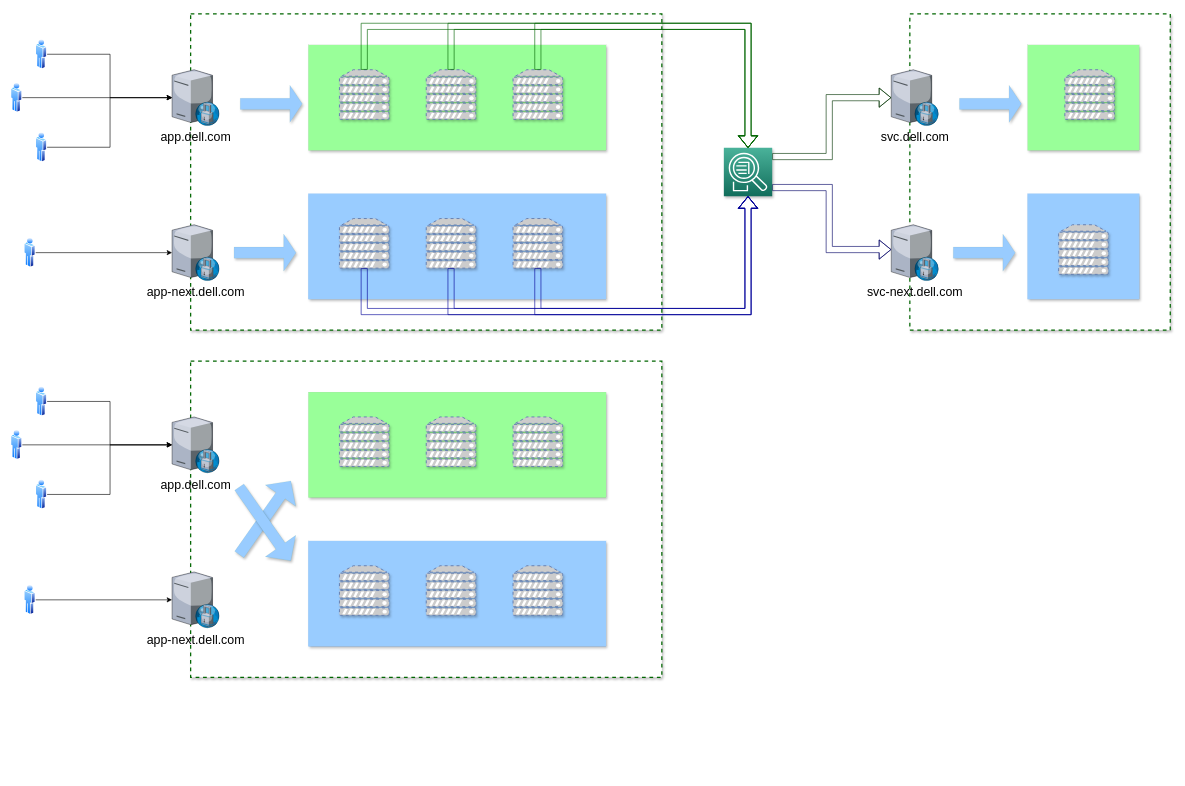
This is Untitled Diagram.drawio from stevedunne/draw.io, a draw.io file, before an edit. Source tidied: cells renumbered, new cells numbered last; positions are measured from the earlier drawing's top-left corner, leaving out a move shared by most shapes. Both pictures are drawn from the tidied source at 62%, with x=0, y=0 at pixel (11, 14).
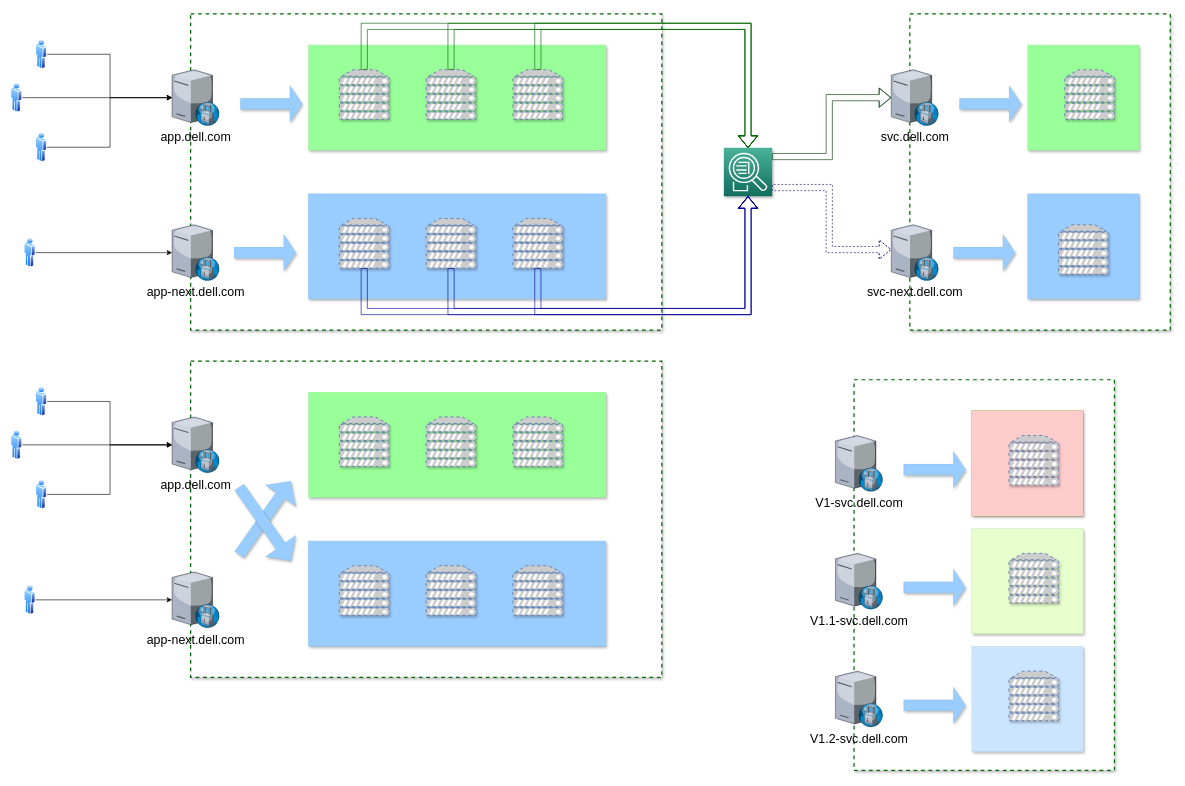
After the change.

Commit message:
Added versioned services

Unchanged cells that the change refers to:
```xml
<mxCell id="50" style="sketch=0;points=[[0,0,0],[0.25,0,0],[0.5,0,0],[0.75,0,0],[1,0,0],[0,1,0],[0.25,1,0],[0.5,1,0],[0.75,1,0],[1,1,0],[0,0.25,0],[0,0.5,0],[0,0.75,0],[1,0.25,0],[1,0.5,0],[1,0.75,0]];outlineConnect=0;fontColor=#232F3E;gradientColor=#4AB29A;gradientDirection=north;fillColor=#116D5B;strokeColor=#ffffff;dashed=0;verticalLabelPosition=bottom;verticalAlign=top;align=center;html=1;fontSize=12;fontStyle=0;shape=mxgraph.aws4.resourceIcon;resIcon=mxgraph.aws4.application_discovery_service;shadow=1;" parent="1" vertex="1">
  <mxGeometry x="1150" y="216" width="78" height="78" as="geometry" />
</mxCell>
<mxCell id="59" value="svc-next.dell.com" style="verticalLabelPosition=bottom;sketch=0;html=1;verticalAlign=top;strokeColor=none;align=center;outlineConnect=0;shape=mxgraph.citrix.proxy_server;fontStyle=0;horizontal=1;fontSize=20;" parent="1" vertex="1">
  <mxGeometry x="1420" y="340" width="76.5" height="90" as="geometry" />
</mxCell>
```

Change to the diagram source:
```diff
@@
-    <mxCell id="49" style="edgeStyle=orthogonalEdgeStyle;shape=flexArrow;rounded=0;jettySize=auto;html=1;strokeColor=#000066;" parent="1" edge="1" source="50" target="59">
+    <mxCell id="49" style="edgeStyle=orthogonalEdgeStyle;shape=flexArrow;rounded=0;jettySize=auto;html=1;strokeColor=#000066;dashed=1;" parent="1" edge="1" source="50" target="59">
       <mxGeometry relative="1" as="geometry">
         <Array as="points">
           <mxPoint x="1320" y="280" />
           <mxPoint x="1320" y="380" />
         </Array>
       </mxGeometry>
     </mxCell>
@@
+    <mxCell id="68" style="whiteSpace=wrap;html=1;dashed=1;strokeColor=#006600;strokeWidth=2;shadow=1;" parent="1" vertex="1">
+      <mxGeometry x="1360" y="590" width="420" height="630" as="geometry" />
+    </mxCell>
+    <mxCell id="69" value="V1-svc.dell.com" style="verticalLabelPosition=bottom;sketch=0;html=1;verticalAlign=top;strokeColor=none;align=center;shape=mxgraph.citrix.proxy_server;fontStyle=0;fontSize=20;" parent="1" vertex="1">
+      <mxGeometry x="1330" y="680" width="76.5" height="90" as="geometry" />
+    </mxCell>
+    <mxCell id="70" style="group;fillColor=#FFCCCC;strokeColor=#d6b656;" parent="1" vertex="1">
+      <mxGeometry x="1550" y="640" width="180" height="170" as="geometry" />
+    </mxCell>
+    <mxCell id="71" style="whiteSpace=wrap;html=1;shadow=1;strokeColor=#006600;strokeWidth=0;fillColor=#FFCCCC;" parent="70" vertex="1">
+      <mxGeometry width="180" height="170" as="geometry" />
+    </mxCell>
+    <mxCell id="72" style="fontColor=#0066CC;verticalAlign=top;verticalLabelPosition=bottom;labelPosition=center;align=center;html=1;fillColor=#CCCCCC;strokeColor=#6881B3;gradientColor=none;gradientDirection=north;strokeWidth=2;shape=mxgraph.networks.server;dashed=1;shadow=1;" parent="70" vertex="1">
+      <mxGeometry x="60" y="40" width="80" height="80" as="geometry" />
+    </mxCell>
+    <mxCell id="73" style="shape=singleArrow;whiteSpace=wrap;html=1;shadow=1;strokeColor=#006600;strokeWidth=0;fillColor=#99CCFF;" parent="1" vertex="1">
+      <mxGeometry x="1440" y="705" width="100" height="60" as="geometry" />
+    </mxCell>
+    <mxCell id="74" value="V1.1-svc.dell.com" style="verticalLabelPosition=bottom;sketch=0;html=1;verticalAlign=top;strokeColor=none;align=center;shape=mxgraph.citrix.proxy_server;fontStyle=0;fontSize=20;" parent="1" vertex="1">
+      <mxGeometry x="1330" y="870" width="76.5" height="90" as="geometry" />
+    </mxCell>
+    <mxCell id="75" style="group;fillColor=#CCFFFF;" parent="1" vertex="1">
+      <mxGeometry x="1550" y="830" width="180" height="170" as="geometry" />
+    </mxCell>
+    <mxCell id="76" style="whiteSpace=wrap;html=1;shadow=1;strokeColor=#006600;strokeWidth=0;fillColor=#E6FFCC;" parent="75" vertex="1">
+      <mxGeometry width="180" height="170" as="geometry" />
+    </mxCell>
+    <mxCell id="77" style="fontColor=#0066CC;verticalAlign=top;verticalLabelPosition=bottom;labelPosition=center;align=center;html=1;fillColor=#CCCCCC;strokeColor=#6881B3;gradientColor=none;gradientDirection=north;strokeWidth=2;shape=mxgraph.networks.server;dashed=1;shadow=1;" parent="75" vertex="1">
+      <mxGeometry x="60" y="40" width="80" height="80" as="geometry" />
+    </mxCell>
+    <mxCell id="78" style="shape=singleArrow;whiteSpace=wrap;html=1;shadow=1;strokeColor=#006600;strokeWidth=0;fillColor=#99CCFF;" parent="1" vertex="1">
+      <mxGeometry x="1440" y="895" width="100" height="60" as="geometry" />
+    </mxCell>
+    <mxCell id="79" value="V1.2-svc.dell.com" style="verticalLabelPosition=bottom;sketch=0;html=1;verticalAlign=top;strokeColor=none;align=center;shape=mxgraph.citrix.proxy_server;fontStyle=0;fontSize=20;" parent="1" vertex="1">
+      <mxGeometry x="1330" y="1060" width="76.5" height="90" as="geometry" />
+    </mxCell>
+    <mxCell id="80" style="group;" parent="1" vertex="1">
+      <mxGeometry x="1550" y="1020" width="180" height="170" as="geometry" />
+    </mxCell>
+    <mxCell id="81" style="whiteSpace=wrap;html=1;shadow=1;strokeColor=#006600;strokeWidth=0;fillColor=#CCE5FF;" parent="80" vertex="1">
+      <mxGeometry width="180" height="170" as="geometry" />
+    </mxCell>
+    <mxCell id="82" style="fontColor=#0066CC;verticalAlign=top;verticalLabelPosition=bottom;labelPosition=center;align=center;html=1;fillColor=#CCCCCC;strokeColor=#6881B3;gradientColor=none;gradientDirection=north;strokeWidth=2;shape=mxgraph.networks.server;dashed=1;shadow=1;" parent="80" vertex="1">
+      <mxGeometry x="60" y="40" width="80" height="80" as="geometry" />
+    </mxCell>
+    <mxCell id="83" style="shape=singleArrow;whiteSpace=wrap;html=1;shadow=1;strokeColor=#006600;strokeWidth=0;fillColor=#99CCFF;" parent="1" vertex="1">
+      <mxGeometry x="1440" y="1085" width="100" height="60" as="geometry" />
+    </mxCell>
```
